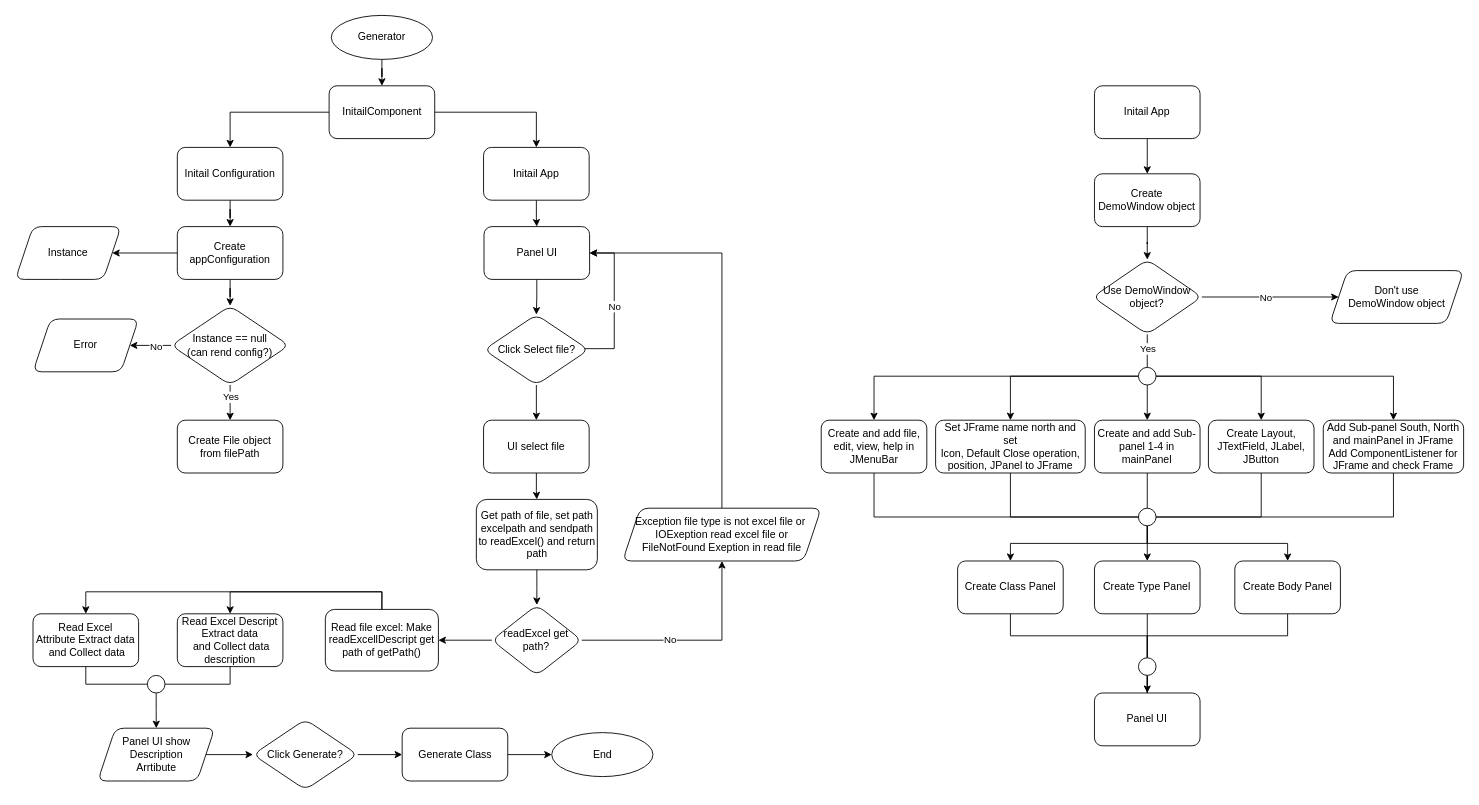
Above: Untitled Diagram.drawio in MangkhaletSuad/MangkhaletSuad (draw.io), before the change. Source tidied: cells renumbered, new cells numbered last; positions are measured from the earlier drawing's top-left corner, leaving out a move shared by most shapes. Both pictures are drawn from the tidied source at 88%, with x=0, y=0 at pixel (15, 15).
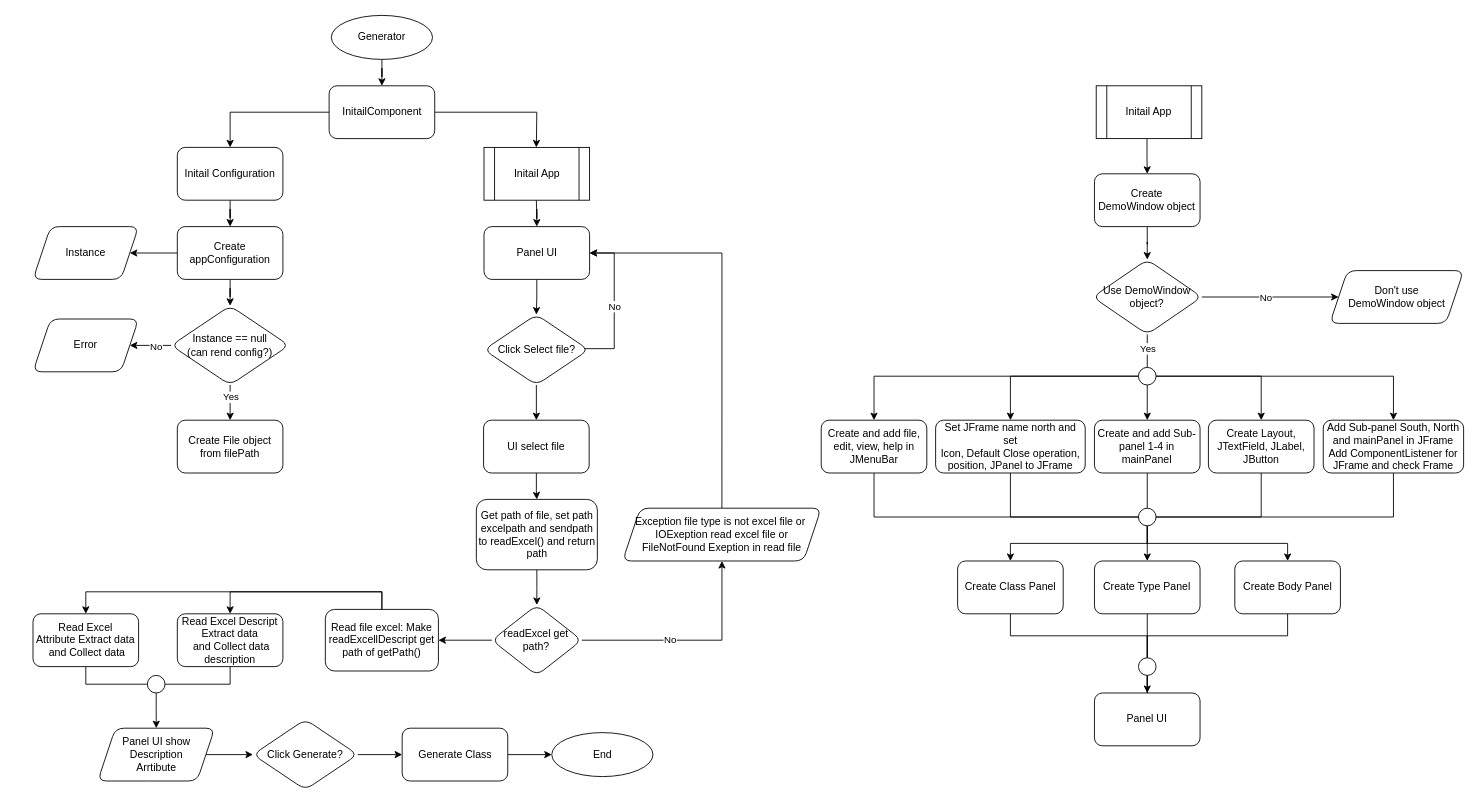
The same diagram, later.

Unchanged cells that the change refers to:
```xml
<mxCell id="4" value="InitailComponent" style="rounded=1;whiteSpace=wrap;html=1;" parent="1" vertex="1">
  <mxGeometry x="356.5" y="80" width="120" height="60" as="geometry" />
</mxCell>
<mxCell id="23" value="Create&lt;br&gt;DemoWindow object" style="rounded=1;whiteSpace=wrap;html=1;" parent="1" vertex="1">
  <mxGeometry x="1226.2" y="180" width="120" height="60" as="geometry" />
</mxCell>
<mxCell id="33" value="Panel UI" style="rounded=1;whiteSpace=wrap;html=1;" parent="1" vertex="1">
  <mxGeometry x="532.5" y="240" width="120" height="60" as="geometry" />
</mxCell>
```

What changed in the source:
```diff
@@
-    <mxCell id="2" style="edgeStyle=orthogonalEdgeStyle;rounded=0;jettySize=auto;html=1;" parent="1" edge="1" source="4" target="8">
-      <mxGeometry relative="1" as="geometry" />
+    <mxCell id="2" style="edgeStyle=orthogonalEdgeStyle;rounded=0;jettySize=auto;html=1;" parent="1" edge="1" source="4">
+      <mxGeometry relative="1" as="geometry">
+        <mxPoint x="592" y="150" as="targetPoint" />
+      </mxGeometry>
     </mxCell>
@@
-    <mxCell id="7" style="edgeStyle=orthogonalEdgeStyle;rounded=0;jettySize=auto;html=1;" parent="1" edge="1" source="8" target="33">
-      <mxGeometry relative="1" as="geometry" />
+    <mxCell id="7" style="edgeStyle=orthogonalEdgeStyle;rounded=0;jettySize=auto;html=1;" parent="1" edge="1" target="33">
+      <mxGeometry relative="1" as="geometry">
+        <mxPoint x="592" y="210" as="sourcePoint" />
+      </mxGeometry>
     </mxCell>
-    <mxCell id="8" value="Initail App" style="rounded=1;whiteSpace=wrap;html=1;" parent="1" vertex="1">
-      <mxGeometry x="532" y="150" width="120" height="60" as="geometry" />
-    </mxCell>
@@
     <mxCell id="21" value="Instance" style="shape=parallelogram;perimeter=parallelogramPerimeter;whiteSpace=wrap;html=1;fixedSize=1;rounded=1;" parent="1" vertex="1">
-      <mxGeometry y="240" width="120" height="60" as="geometry" />
+      <mxGeometry x="20" y="240" width="120" height="60" as="geometry" />
     </mxCell>
@@
-    <mxCell id="74" style="edgeStyle=orthogonalEdgeStyle;rounded=0;jettySize=auto;html=1;" parent="1" edge="1" source="75" target="23">
+    <mxCell id="74" style="edgeStyle=orthogonalEdgeStyle;rounded=0;jettySize=auto;html=1;exitX=0.481;exitY=1;exitDx=0;exitDy=0;exitPerimeter=0;" parent="1" edge="1" source="93" target="23">
       <mxGeometry relative="1" as="geometry" />
     </mxCell>
-    <mxCell id="75" value="Initail App" style="rounded=1;whiteSpace=wrap;html=1;" parent="1" vertex="1">
-      <mxGeometry x="1226.2" y="80" width="120" height="60" as="geometry" />
-    </mxCell>
@@
+    <mxCell id="93" value="Initail App" style="shape=process;whiteSpace=wrap;html=1;backgroundOutline=1;" parent="1" vertex="1">
+      <mxGeometry x="1228.2" y="80" width="120" height="60" as="geometry" />
+    </mxCell>
+    <mxCell id="94" value="Initail App" style="shape=process;whiteSpace=wrap;html=1;backgroundOutline=1;" parent="1" vertex="1">
+      <mxGeometry x="532.5" y="150" width="120" height="60" as="geometry" />
+    </mxCell>
```
